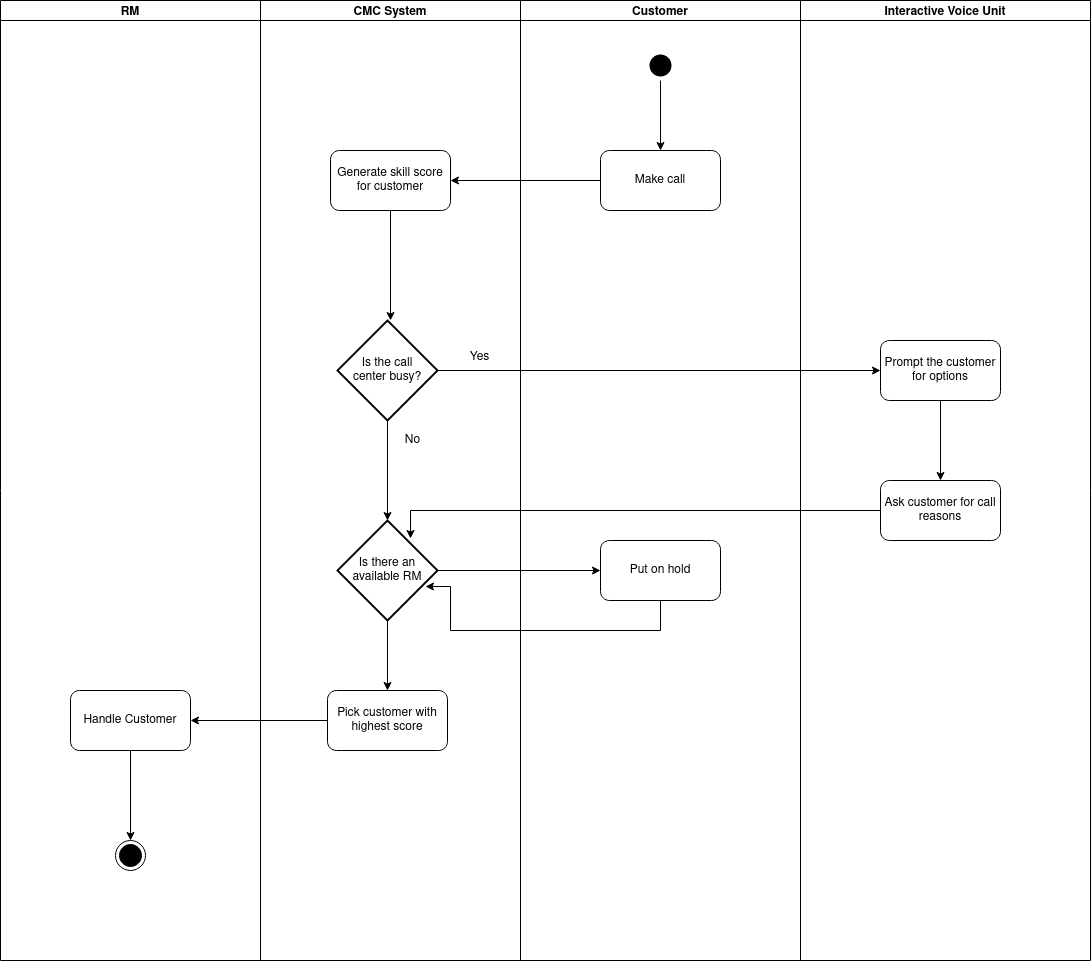
Before: models/serve_customers_activity_diagram.png, a diagram exported from draw.io (tonyhannaa/ISDMGroup2Israt). Source tidied: cells renumbered, new cells last; positions are measured from the earlier drawing's top-left corner, leaving out a move shared by most shapes. Source of this version:
```xml
<mxGraphModel>
  <root>
    <mxCell id="0" />
    <mxCell id="1" parent="0" />
    <mxCell id="2" value="CMC System" style="swimlane;startSize=20;" parent="1" vertex="1">
      <mxGeometry x="260" width="260" height="960" as="geometry" />
    </mxCell>
    <mxCell id="3" value="Generate skill score for customer" style="rounded=1;whiteSpace=wrap;html=1;" parent="2" vertex="1">
      <mxGeometry x="70" y="150" width="120" height="60" as="geometry" />
    </mxCell>
    <mxCell id="4" value="&lt;div&gt;Is the call &lt;br&gt;&lt;/div&gt;&lt;div&gt;center busy?&lt;br&gt;&lt;/div&gt;" style="strokeWidth=2;html=1;shape=mxgraph.flowchart.decision;whiteSpace=wrap;" parent="2" vertex="1">
      <mxGeometry x="77" y="320" width="100" height="100" as="geometry" />
    </mxCell>
    <mxCell id="5" style="edgeStyle=orthogonalEdgeStyle;rounded=0;jettySize=auto;html=1;" parent="2" edge="1" source="3" target="4">
      <mxGeometry relative="1" as="geometry">
        <Array as="points">
          <mxPoint x="130" y="370" />
        </Array>
      </mxGeometry>
    </mxCell>
    <mxCell id="6" style="edgeStyle=orthogonalEdgeStyle;rounded=0;jettySize=auto;html=1;" parent="2" edge="1" source="7" target="11">
      <mxGeometry relative="1" as="geometry" />
    </mxCell>
    <mxCell id="7" value="Is there an&lt;br&gt;available RM" style="strokeWidth=2;html=1;shape=mxgraph.flowchart.decision;whiteSpace=wrap;" parent="2" vertex="1">
      <mxGeometry x="77" y="520" width="100" height="100" as="geometry" />
    </mxCell>
    <mxCell id="8" value="Yes" style="text;html=1;align=center;verticalAlign=middle;" parent="2" vertex="1">
      <mxGeometry x="199" y="347" width="40" height="20" as="geometry" />
    </mxCell>
    <mxCell id="9" value="No" style="text;html=1;align=center;verticalAlign=middle;" parent="2" vertex="1">
      <mxGeometry x="137" y="430" width="30" height="20" as="geometry" />
    </mxCell>
    <mxCell id="10" style="edgeStyle=orthogonalEdgeStyle;rounded=0;jettySize=auto;html=1;" parent="2" edge="1" source="4" target="7">
      <mxGeometry relative="1" as="geometry" />
    </mxCell>
    <mxCell id="11" value="Pick customer with highest score" style="rounded=1;whiteSpace=wrap;html=1;strokeColor=#000000;" parent="2" vertex="1">
      <mxGeometry x="67" y="690" width="120" height="60" as="geometry" />
    </mxCell>
    <mxCell id="12" value="Customer" style="swimlane;startSize=20;" parent="1" vertex="1">
      <mxGeometry x="520" width="280" height="960" as="geometry" />
    </mxCell>
    <mxCell id="13" style="edgeStyle=orthogonalEdgeStyle;rounded=0;jettySize=auto;html=1;" parent="12" edge="1" source="14" target="15">
      <mxGeometry relative="1" as="geometry" />
    </mxCell>
    <mxCell id="14" style="ellipse;html=1;shape=endState;fillColor=#000000;strokeColor=none;" parent="12" vertex="1">
      <mxGeometry x="125" y="50" width="30" height="30" as="geometry" />
    </mxCell>
    <mxCell id="15" value="Make call" style="rounded=1;whiteSpace=wrap;html=1;" parent="12" vertex="1">
      <mxGeometry x="80" y="150" width="120" height="60" as="geometry" />
    </mxCell>
    <mxCell id="16" value="Put on hold" style="rounded=1;whiteSpace=wrap;html=1;strokeColor=#000000;" parent="12" vertex="1">
      <mxGeometry x="80" y="540" width="120" height="60" as="geometry" />
    </mxCell>
    <mxCell id="17" style="edgeStyle=orthogonalEdgeStyle;rounded=0;jettySize=auto;html=1;" parent="1" edge="1" source="15" target="3">
      <mxGeometry relative="1" as="geometry" />
    </mxCell>
    <mxCell id="18" value="Interactive Voice Unit" style="swimlane;startSize=20;" parent="1" vertex="1">
      <mxGeometry x="800" width="290" height="960" as="geometry" />
    </mxCell>
    <mxCell id="19" style="edgeStyle=orthogonalEdgeStyle;rounded=0;jettySize=auto;html=1;" parent="18" edge="1" source="20" target="21">
      <mxGeometry relative="1" as="geometry" />
    </mxCell>
    <mxCell id="20" value="Prompt the customer for options" style="rounded=1;whiteSpace=wrap;html=1;" parent="18" vertex="1">
      <mxGeometry x="80" y="340" width="120" height="60" as="geometry" />
    </mxCell>
    <mxCell id="21" value="Ask customer for call reasons" style="rounded=1;whiteSpace=wrap;html=1;" parent="18" vertex="1">
      <mxGeometry x="80" y="480" width="120" height="60" as="geometry" />
    </mxCell>
    <mxCell id="22" style="edgeStyle=orthogonalEdgeStyle;rounded=0;jettySize=auto;html=1;" parent="1" edge="1" source="4" target="20">
      <mxGeometry relative="1" as="geometry" />
    </mxCell>
    <mxCell id="23" value="RM" style="swimlane;startSize=20;" parent="1" vertex="1">
      <mxGeometry width="260" height="960" as="geometry" />
    </mxCell>
    <mxCell id="24" style="edgeStyle=orthogonalEdgeStyle;rounded=0;jettySize=auto;html=1;" parent="23" edge="1" source="25" target="26">
      <mxGeometry relative="1" as="geometry" />
    </mxCell>
    <mxCell id="25" value="Handle Customer" style="rounded=1;whiteSpace=wrap;html=1;" parent="23" vertex="1">
      <mxGeometry x="70" y="690" width="120" height="60" as="geometry" />
    </mxCell>
    <mxCell id="26" style="ellipse;html=1;shape=endState;fillColor=#000000;strokeColor=#000000;" parent="23" vertex="1">
      <mxGeometry x="115" y="840" width="30" height="30" as="geometry" />
    </mxCell>
    <mxCell id="27" style="edgeStyle=orthogonalEdgeStyle;rounded=0;jettySize=auto;html=1;" parent="1" edge="1" source="11" target="25">
      <mxGeometry relative="1" as="geometry" />
    </mxCell>
    <mxCell id="28" style="edgeStyle=orthogonalEdgeStyle;rounded=0;jettySize=auto;html=1;" parent="1" edge="1" source="7" target="16">
      <mxGeometry relative="1" as="geometry" />
    </mxCell>
    <mxCell id="29" style="edgeStyle=orthogonalEdgeStyle;rounded=0;jettySize=auto;html=1;entryX=0.88;entryY=0.66;entryDx=0;entryDy=0;entryPerimeter=0;" parent="1" edge="1" source="16" target="7">
      <mxGeometry relative="1" as="geometry">
        <Array as="points">
          <mxPoint x="660" y="630" />
          <mxPoint x="450" y="630" />
          <mxPoint x="450" y="586" />
        </Array>
      </mxGeometry>
    </mxCell>
    <mxCell id="30" style="edgeStyle=orthogonalEdgeStyle;rounded=0;jettySize=auto;html=1;entryX=0.73;entryY=0.18;entryDx=0;entryDy=0;entryPerimeter=0;" parent="1" edge="1" source="21" target="7">
      <mxGeometry relative="1" as="geometry">
        <Array as="points">
          <mxPoint x="410" y="510" />
        </Array>
      </mxGeometry>
    </mxCell>
  </root>
</mxGraphModel>
```
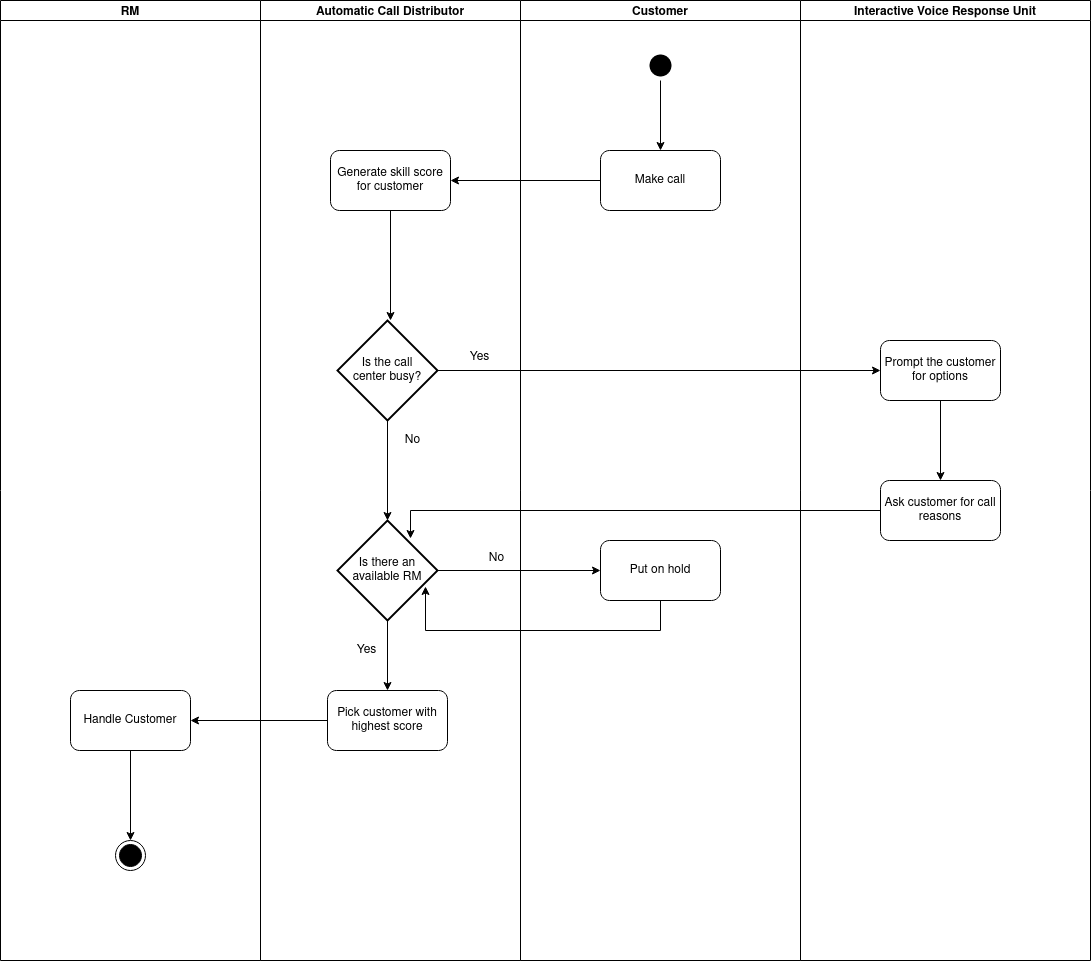
Later version of the same file.

Commit message:
Improved activity diagrams with correct naming

The edit, as a diff of the source:
```diff
@@ -2,7 +2,7 @@
   <root>
     <mxCell id="0" />
     <mxCell id="1" parent="0" />
-    <mxCell id="2" value="CMC System" style="swimlane;startSize=20;" parent="1" vertex="1">
+    <mxCell id="2" value="Automatic Call Distributor" style="swimlane;startSize=20;" parent="1" vertex="1">
       <mxGeometry x="260" width="260" height="960" as="geometry" />
     </mxCell>
     <mxCell id="3" value="Generate skill score for customer" style="rounded=1;whiteSpace=wrap;html=1;" parent="2" vertex="1">
@@ -36,6 +36,12 @@
     <mxCell id="11" value="Pick customer with highest score" style="rounded=1;whiteSpace=wrap;html=1;strokeColor=#000000;" parent="2" vertex="1">
       <mxGeometry x="67" y="690" width="120" height="60" as="geometry" />
     </mxCell>
+    <mxCell id="31" value="Yes" style="text;html=1;align=center;verticalAlign=middle;" parent="2" vertex="1">
+      <mxGeometry x="86" y="640" width="40" height="20" as="geometry" />
+    </mxCell>
+    <mxCell id="32" value="No" style="text;html=1;align=center;verticalAlign=middle;" parent="2" vertex="1">
+      <mxGeometry x="221" y="548" width="30" height="20" as="geometry" />
+    </mxCell>
     <mxCell id="12" value="Customer" style="swimlane;startSize=20;" parent="1" vertex="1">
       <mxGeometry x="520" width="280" height="960" as="geometry" />
     </mxCell>
@@ -54,7 +60,7 @@
     <mxCell id="17" style="edgeStyle=orthogonalEdgeStyle;rounded=0;jettySize=auto;html=1;" parent="1" edge="1" source="15" target="3">
       <mxGeometry relative="1" as="geometry" />
     </mxCell>
-    <mxCell id="18" value="Interactive Voice Unit" style="swimlane;startSize=20;" parent="1" vertex="1">
+    <mxCell id="18" value="Interactive Voice Response Unit" style="swimlane;startSize=20;" parent="1" vertex="1">
       <mxGeometry x="800" width="290" height="960" as="geometry" />
     </mxCell>
     <mxCell id="19" style="edgeStyle=orthogonalEdgeStyle;rounded=0;jettySize=auto;html=1;" parent="18" edge="1" source="20" target="21">
@@ -91,8 +97,7 @@
       <mxGeometry relative="1" as="geometry">
         <Array as="points">
           <mxPoint x="660" y="630" />
-          <mxPoint x="450" y="630" />
-          <mxPoint x="450" y="586" />
+          <mxPoint x="425" y="630" />
         </Array>
       </mxGeometry>
     </mxCell>
```
